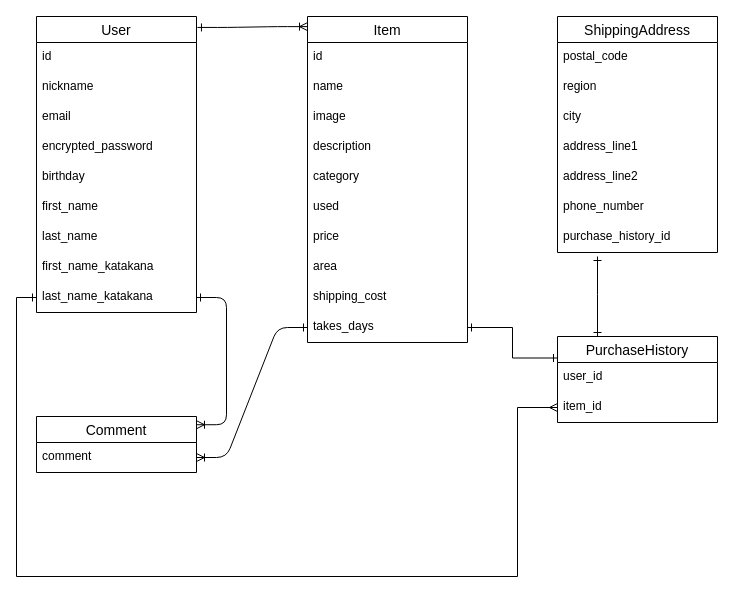
This is test.dio from YShu518/furima-35833, a draw.io file, before an edit. Source tidied: cells renumbered, new cells numbered last; positions are measured from the earlier drawing's top-left corner, leaving out a move shared by most shapes. Both pictures are drawn from the tidied source at 100%, with x=0, y=0 at pixel (16, 16).
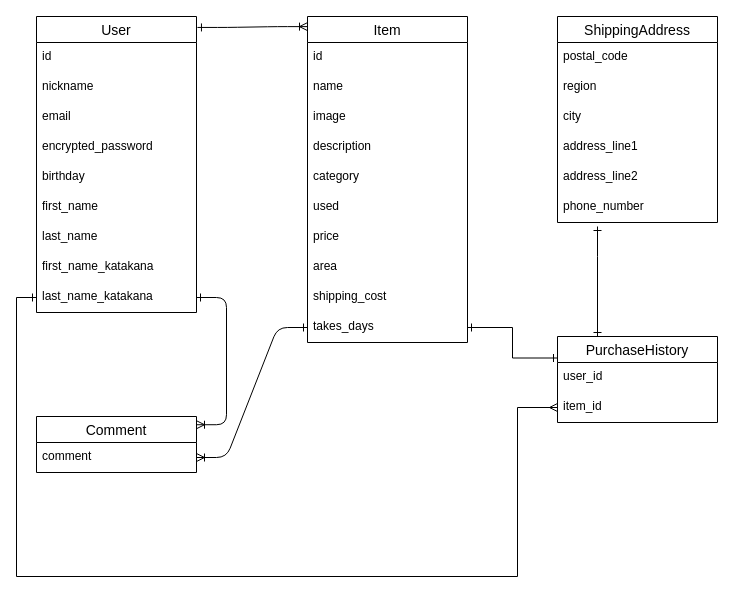
The same diagram, later.

Commit message (it also covers changes not shown here):
ShippingAddressテーブルの修正

The change refers to these unchanged cells:
```xml
<mxCell id="36" value="PurchaseHistory" style="swimlane;fontStyle=0;horizontal=1;startSize=26;align=center;fontSize=14;" parent="1" vertex="1">
  <mxGeometry x="541" y="320" width="160" height="86" as="geometry" />
</mxCell>
```

Diff of the diagram source:
```diff
@@
     <mxCell id="28" value="ShippingAddress" style="swimlane;fontStyle=0;horizontal=1;startSize=26;align=center;fontSize=14;" parent="1" vertex="1">
-      <mxGeometry x="541" width="160" height="236" as="geometry" />
+      <mxGeometry x="541" width="160" height="206" as="geometry" />
     </mxCell>
@@
-    <mxCell id="35" value="purchase_history_id" style="text;strokeColor=none;fillColor=none;spacingLeft=4;spacingRight=4;overflow=hidden;fontSize=12;" parent="28" vertex="1">
-      <mxGeometry y="206" width="160" height="30" as="geometry" />
-    </mxCell>
@@
     <mxCell id="42" style="edgeStyle=orthogonalEdgeStyle;rounded=0;jettySize=auto;html=1;entryX=0.25;entryY=0;entryDx=0;entryDy=0;startArrow=ERone;startFill=0;endArrow=ERone;endFill=0;" parent="1" edge="1" target="36">
       <mxGeometry relative="1" as="geometry">
-        <mxPoint x="581" y="240" as="sourcePoint" />
+        <mxPoint x="581" y="210" as="sourcePoint" />
         <Array as="points">
-          <mxPoint x="581" y="278" />
+          <mxPoint x="581" y="240" />
+          <mxPoint x="581" y="240" />
         </Array>
       </mxGeometry>
     </mxCell>
```
